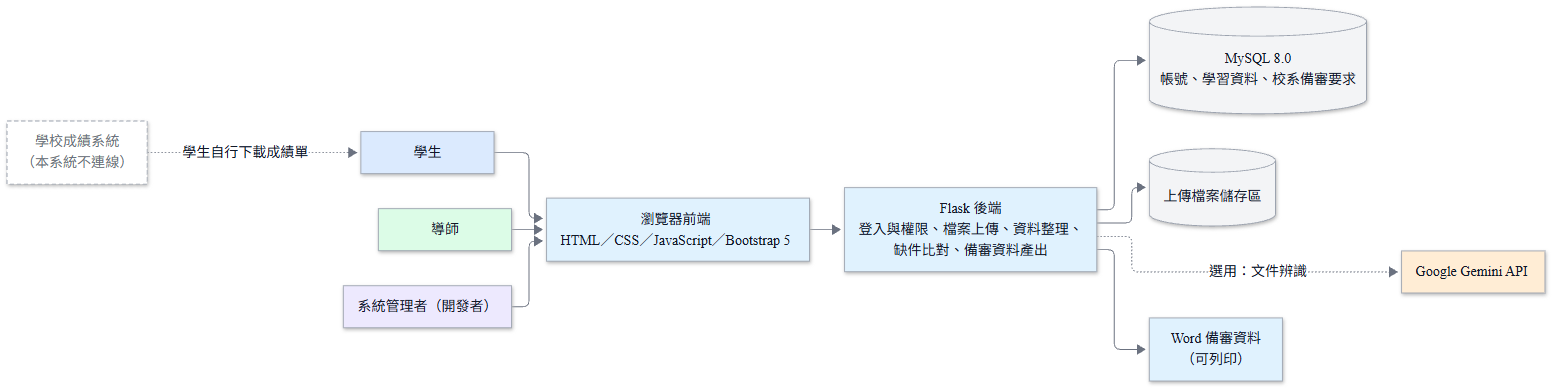
The Mermaid diagram docs/images/D-05-system-architecture.png in vujhdcusa/1028, before a commit. Its source is kept beside it as docs/images/D-05-system-architecture.mmd.
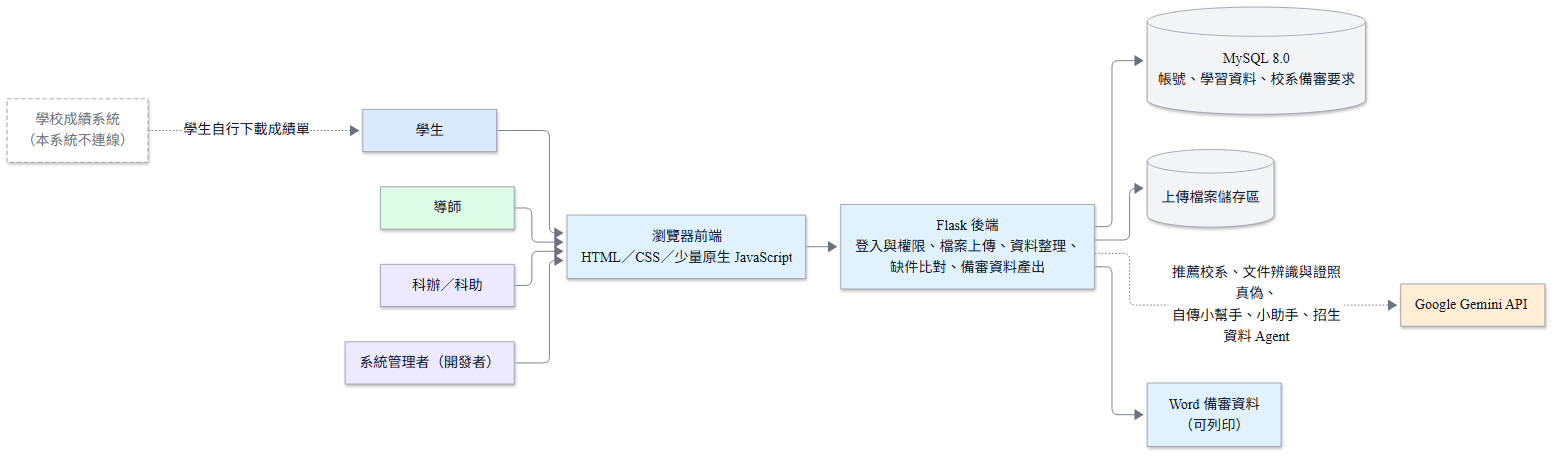
The same file after the commit.

Change to the diagram source:
```diff
@@ -11,16 +11,18 @@
     School[學校成績系統<br/>（本系統不連線）]:::external
     Student[學生]:::student
     Teacher[導師]:::teacher
+    Staff[科辦／科助]:::admin
     Admin[系統管理者（開發者）]:::admin
 
     School -. 學生自行下載成績單 .-> Student
     Student --> UI
     Teacher --> UI
+    Staff --> UI
     Admin --> UI
 
-    UI[瀏覽器前端<br/>HTML／CSS／JavaScript／Bootstrap 5]:::backend
+    UI[瀏覽器前端<br/>HTML／CSS／少量原生 JavaScript]:::backend
     UI --> App[Flask 後端<br/>登入與權限、檔案上傳、資料整理、<br/>缺件比對、備審資料產出]:::backend
     App --> DB[(MySQL 8.0<br/>帳號、學習資料、校系備審要求)]:::db
     App --> Files[(上傳檔案儲存區)]:::db
-    App -. 選用：文件辨識 .-> Gemini[Google Gemini API]:::ai
+    App -. 推薦校系、文件辨識與證照真偽、<br/>自傳小幫手、小助手、招生資料 Agent .-> Gemini[Google Gemini API]:::ai
     App --> Doc[Word 備審資料<br/>（可列印）]:::backend
```
